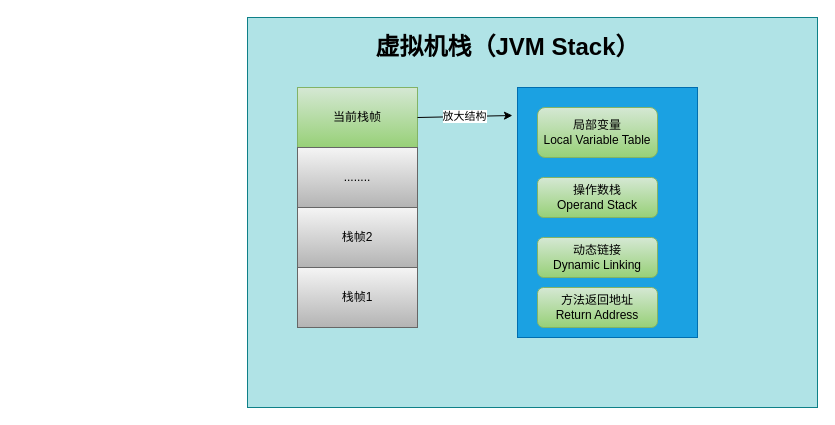
Before: 虚拟机栈.drawio in linbingxing/mind, a draw.io diagram. Source tidied: cells renumbered, new cells numbered last; positions are measured from the earlier drawing's top-left corner, leaving out a move shared by most shapes. Both pictures are drawn from the tidied source at 100%, with x=0, y=0 at pixel (247, 17).
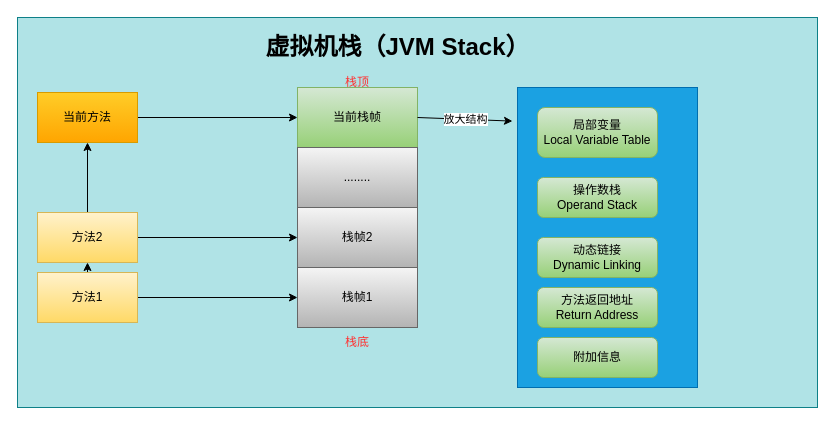
The same page after the edit.

Commit message (it also covers changes not shown here):
更新虚拟机栈.drawio

Unchanged cells that the change refers to:
```xml
<mxCell id="3" value="当前栈帧" style="rounded=0;whiteSpace=wrap;html=1;fillColor=#d5e8d4;gradientColor=#97d077;strokeColor=#82b366;" parent="1" vertex="1">
  <mxGeometry x="50" y="70" width="120" height="60" as="geometry" />
</mxCell>
<mxCell id="5" value="栈帧2" style="rounded=0;whiteSpace=wrap;html=1;fillColor=#f5f5f5;gradientColor=#b3b3b3;strokeColor=#666666;" parent="1" vertex="1">
  <mxGeometry x="50" y="190" width="120" height="60" as="geometry" />
</mxCell>
<mxCell id="6" value="栈帧1" style="rounded=0;whiteSpace=wrap;html=1;fillColor=#f5f5f5;gradientColor=#b3b3b3;strokeColor=#666666;" parent="1" vertex="1">
  <mxGeometry x="50" y="250" width="120" height="60" as="geometry" />
</mxCell>
```

What changed in the source:
```diff
@@
     <mxCell id="2" style="rounded=0;whiteSpace=wrap;html=1;fillColor=#b0e3e6;strokeColor=#0e8088;" parent="1" vertex="1">
-      <mxGeometry width="570" height="390" as="geometry" />
+      <mxGeometry x="-230" width="800" height="390" as="geometry" />
     </mxCell>
@@
     <mxCell id="7" style="rounded=0;whiteSpace=wrap;html=1;fillColor=#1ba1e2;fontColor=#ffffff;strokeColor=#006EAF;" parent="1" vertex="1">
-      <mxGeometry x="270" y="70" width="180" height="250" as="geometry" />
+      <mxGeometry x="270" y="70" width="180" height="300" as="geometry" />
     </mxCell>
@@
     <mxCell id="12" value="虚拟机栈（JVM Stack）" style="text;strokeColor=none;fillColor=none;html=1;fontSize=24;fontStyle=1;verticalAlign=middle;align=center;" parent="1" vertex="1">
-      <mxGeometry x="210" y="10" width="100" height="40" as="geometry" />
+      <mxGeometry x="100" y="10" width="100" height="40" as="geometry" />
     </mxCell>
@@
+    <mxCell id="14" value="附加信息" style="rounded=1;whiteSpace=wrap;html=1;fillColor=#d5e8d4;strokeColor=#82b366;gradientColor=#97d077;" parent="1" vertex="1">
+      <mxGeometry x="290" y="320" width="120" height="40" as="geometry" />
+    </mxCell>
+    <mxCell id="15" value="&lt;font color=&quot;#ff3333&quot;&gt;栈底&lt;/font&gt;" style="text;html=1;strokeColor=none;fillColor=none;align=center;verticalAlign=middle;whiteSpace=wrap;rounded=0;fontColor=#000000;" parent="1" vertex="1">
+      <mxGeometry x="80" y="310" width="60" height="30" as="geometry" />
+    </mxCell>
+    <mxCell id="16" value="栈顶" style="text;html=1;strokeColor=none;fillColor=none;align=center;verticalAlign=middle;whiteSpace=wrap;rounded=0;fontColor=#FF3333;" parent="1" vertex="1">
+      <mxGeometry x="80" y="50" width="60" height="30" as="geometry" />
+    </mxCell>
+    <mxCell id="17" style="edgeStyle=orthogonalEdgeStyle;rounded=0;jettySize=auto;html=1;exitX=1;exitY=0.5;exitDx=0;exitDy=0;entryX=0;entryY=0.5;entryDx=0;entryDy=0;fontColor=#000000;" parent="1" edge="1" source="18" target="3">
+      <mxGeometry relative="1" as="geometry" />
+    </mxCell>
+    <mxCell id="18" value="&lt;font color=&quot;#000000&quot;&gt;当前方法&lt;/font&gt;" style="rounded=0;whiteSpace=wrap;html=1;fillColor=#ffcd28;gradientColor=#ffa500;strokeColor=#d79b00;" parent="1" vertex="1">
+      <mxGeometry x="-210" y="75" width="100" height="50" as="geometry" />
+    </mxCell>
+    <mxCell id="19" style="edgeStyle=orthogonalEdgeStyle;rounded=0;jettySize=auto;html=1;exitX=0.5;exitY=0;exitDx=0;exitDy=0;fontColor=#000000;" parent="1" edge="1" source="21" target="18">
+      <mxGeometry relative="1" as="geometry" />
+    </mxCell>
+    <mxCell id="20" style="edgeStyle=orthogonalEdgeStyle;rounded=0;jettySize=auto;html=1;exitX=1;exitY=0.5;exitDx=0;exitDy=0;fontColor=#000000;" parent="1" edge="1" source="21" target="5">
+      <mxGeometry relative="1" as="geometry" />
+    </mxCell>
+    <mxCell id="21" value="&lt;font color=&quot;#000000&quot;&gt;方法2&lt;/font&gt;" style="rounded=0;whiteSpace=wrap;html=1;fillColor=#fff2cc;gradientColor=#ffd966;strokeColor=#d6b656;" parent="1" vertex="1">
+      <mxGeometry x="-210" y="195" width="100" height="50" as="geometry" />
+    </mxCell>
+    <mxCell id="22" style="edgeStyle=orthogonalEdgeStyle;rounded=0;jettySize=auto;html=1;exitX=0.5;exitY=0;exitDx=0;exitDy=0;entryX=0.5;entryY=1;entryDx=0;entryDy=0;fontColor=#000000;" parent="1" edge="1" source="24" target="21">
+      <mxGeometry relative="1" as="geometry" />
+    </mxCell>
+    <mxCell id="23" style="edgeStyle=orthogonalEdgeStyle;rounded=0;jettySize=auto;html=1;exitX=1;exitY=0.5;exitDx=0;exitDy=0;fontColor=#000000;" parent="1" edge="1" source="24" target="6">
+      <mxGeometry relative="1" as="geometry" />
+    </mxCell>
+    <mxCell id="24" value="&lt;font color=&quot;#000000&quot;&gt;方法1&lt;/font&gt;" style="rounded=0;whiteSpace=wrap;html=1;fillColor=#fff2cc;gradientColor=#ffd966;strokeColor=#d6b656;" parent="1" vertex="1">
+      <mxGeometry x="-210" y="255" width="100" height="50" as="geometry" />
+    </mxCell>
```
